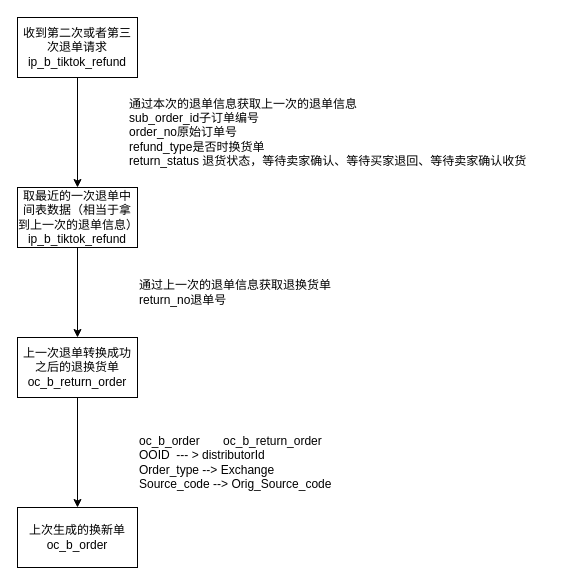
Earlier version of the draw.io diagram VF/VMID/tiktok-2nd-exchange.drawio (yeahsyoung/diagram). Source tidied: cells renumbered, new cells numbered last; positions are measured from the earlier drawing's top-left corner, leaving out a move shared by most shapes. Both pictures are drawn from the tidied source at 100%, with x=0, y=0 at pixel (17, 17).
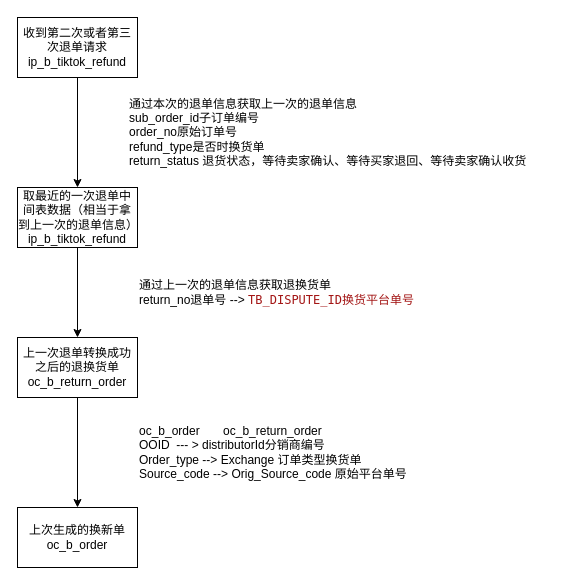
The same diagram, later.

Change to the diagram source:
```diff
@@
 <mxGraphModel>
   <root>
     <mxCell id="0" />
     <mxCell id="1" parent="0" />
     <mxCell id="2" style="edgeStyle=orthogonalEdgeStyle;rounded=0;jettySize=auto;html=1;exitX=0.5;exitY=1;exitDx=0;exitDy=0;entryX=0.5;entryY=0;entryDx=0;entryDy=0;" parent="1" edge="1" source="3" target="5">
       <mxGeometry relative="1" as="geometry" />
     </mxCell>
     <mxCell id="3" value="收到第二次或者第三次退单请求&lt;div&gt;ip_b_tiktok_refund&lt;/div&gt;" style="rounded=0;whiteSpace=wrap;html=1;" parent="1" vertex="1">
       <mxGeometry width="120" height="60" as="geometry" />
     </mxCell>
     <mxCell id="4" style="edgeStyle=orthogonalEdgeStyle;rounded=0;jettySize=auto;html=1;exitX=0.5;exitY=1;exitDx=0;exitDy=0;entryX=0.5;entryY=0;entryDx=0;entryDy=0;" parent="1" edge="1" source="5" target="9">
       <mxGeometry relative="1" as="geometry" />
     </mxCell>
     <mxCell id="5" value="取最近的一次退单中间表数据（相当于拿到上一次的退单信息）&lt;div&gt;ip_b_tiktok_refund&lt;/div&gt;" style="rounded=0;whiteSpace=wrap;html=1;" parent="1" vertex="1">
       <mxGeometry y="170" width="120" height="60" as="geometry" />
     </mxCell>
     <mxCell id="6" value="&lt;div&gt;通过本次的退单信息获取上一次的退单信息&lt;/div&gt;sub_order_id子订单编号&lt;div&gt;order_no原始订单号&lt;/div&gt;&lt;div&gt;refund_type是否时换货单&lt;/div&gt;&lt;div&gt;return_status 退货状态，等待卖家确认、等待买家退回、等待卖家确认收货&lt;/div&gt;" style="text;html=1;align=left;verticalAlign=middle;whiteSpace=wrap;rounded=0;" parent="1" vertex="1">
       <mxGeometry x="110" y="80" width="420" height="70" as="geometry" />
     </mxCell>
-    <mxCell id="7" value="&lt;div&gt;通过上一次的退单信息获取退换货单&lt;/div&gt;&lt;div&gt;return_no退单号&lt;/div&gt;" style="text;html=1;align=left;verticalAlign=middle;whiteSpace=wrap;rounded=0;" parent="1" vertex="1">
+    <mxCell id="7" value="&lt;div&gt;通过上一次的退单信息获取退换货单&lt;/div&gt;&lt;div&gt;return_no退单号 --&amp;gt;&amp;nbsp;&lt;span style=&quot;color: rgb(163, 21, 21); background-color: rgb(255, 255, 254); font-family: ui-monospace, SFMono-Regular, &amp;quot;SF Mono&amp;quot;, Menlo, Consolas, &amp;quot;Liberation Mono&amp;quot;, monospace, Menlo, Monaco, &amp;quot;Courier New&amp;quot;, monospace; white-space: pre;&quot;&gt;TB_DISPUTE_ID换货平台单号&lt;/span&gt;&lt;/div&gt;" style="text;html=1;align=left;verticalAlign=middle;whiteSpace=wrap;rounded=0;" parent="1" vertex="1">
       <mxGeometry x="120" y="240" width="420" height="70" as="geometry" />
     </mxCell>
     <mxCell id="8" style="edgeStyle=orthogonalEdgeStyle;rounded=0;jettySize=auto;html=1;exitX=0.5;exitY=1;exitDx=0;exitDy=0;entryX=0.5;entryY=0;entryDx=0;entryDy=0;" parent="1" edge="1" source="9" target="10">
       <mxGeometry relative="1" as="geometry" />
     </mxCell>
     <mxCell id="9" value="&lt;span style=&quot;text-align: left;&quot;&gt;上一次退单转换成功之后的退换货单&lt;/span&gt;&lt;span style=&quot;text-align: left;&quot;&gt;oc_b_return_order&lt;/span&gt;" style="rounded=0;whiteSpace=wrap;html=1;" parent="1" vertex="1">
       <mxGeometry y="320" width="120" height="60" as="geometry" />
     </mxCell>
     <mxCell id="10" value="上次生成的换新单&lt;div&gt;oc_b_order&lt;/div&gt;" style="rounded=0;whiteSpace=wrap;html=1;" parent="1" vertex="1">
       <mxGeometry y="490" width="120" height="60" as="geometry" />
     </mxCell>
-    <mxCell id="11" value="&lt;div&gt;oc_b_order&amp;nbsp; &amp;nbsp; &amp;nbsp; &amp;nbsp;oc_b_return_order&lt;/div&gt;OOID&amp;nbsp; --- &amp;gt; distributorId&lt;div&gt;Order_type --&amp;gt; Exchange&lt;/div&gt;&lt;div&gt;Source_code --&amp;gt; Orig_Source_code&lt;/div&gt;" style="text;html=1;align=left;verticalAlign=middle;whiteSpace=wrap;rounded=0;" parent="1" vertex="1">
-      <mxGeometry x="120" y="410" width="420" height="70" as="geometry" />
+    <mxCell id="11" value="&lt;div&gt;oc_b_order&amp;nbsp; &amp;nbsp; &amp;nbsp; &amp;nbsp;oc_b_return_order&lt;/div&gt;OOID&amp;nbsp; --- &amp;gt; distributorId分销商编号&lt;div&gt;Order_type --&amp;gt; Exchange 订单类型换货单&lt;/div&gt;&lt;div&gt;Source_code --&amp;gt; Orig_Source_code 原始平台单号&amp;nbsp;&lt;/div&gt;" style="text;html=1;align=left;verticalAlign=middle;whiteSpace=wrap;rounded=0;" parent="1" vertex="1">
+      <mxGeometry x="120" y="400" width="420" height="70" as="geometry" />
     </mxCell>
   </root>
 </mxGraphModel>
```
